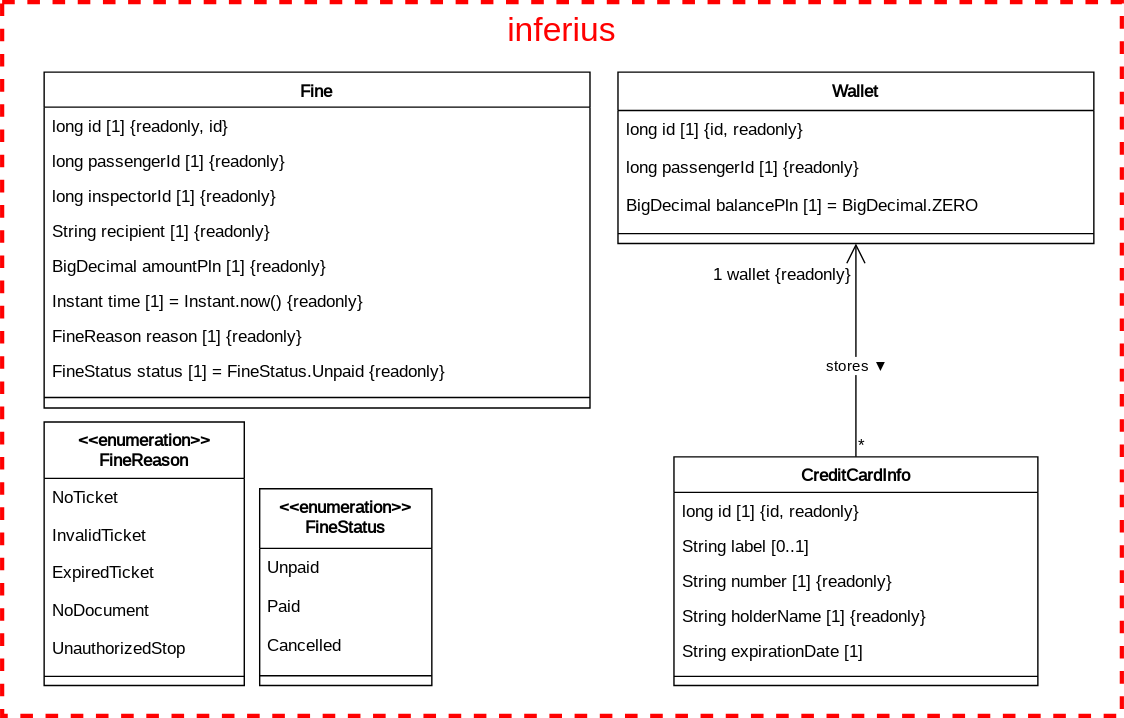
Above: documentation/course/e2/images/inferius-class-diagram.drawio.svg in PWR-ACS-SE-24/SoftwareSystemDesign (draw.io), before the change. Source tidied: cells renumbered, new cells last; positions are measured from the earlier drawing's top-left corner, leaving out a move shared by most shapes. Source of this version:
```xml
<mxGraphModel>
  <root>
    <mxCell id="0" />
    <mxCell id="1" parent="0" />
    <mxCell id="2" value="CreditCardInfo" style="swimlane;fontStyle=1;align=center;verticalAlign=top;horizontal=1;startSize=25.384615384615383;fontFamily=JetBrains Mono;fontSource=https%3A%2F%2Ffonts.googleapis.com%2Fcss%3Ffamily%3DJetBrains%2BMono;" parent="1" vertex="1">
      <mxGeometry x="480" y="324.9" width="260" height="163.4" as="geometry" />
    </mxCell>
    <mxCell id="3" value="long id [1] {id, readonly}" style="text;strokeColor=none;fillColor=none;align=left;verticalAlign=top;spacingLeft=4;spacingRight=4;overflow=hidden;fontFamily=JetBrains Mono;fontStyle=0;fontSource=https%3A%2F%2Ffonts.googleapis.com%2Fcss%3Ffamily%3DJetBrains%2BMono;" parent="2" vertex="1">
      <mxGeometry y="25.4" width="260" height="25" as="geometry" />
    </mxCell>
    <mxCell id="4" value="String label [0..1]" style="text;strokeColor=none;fillColor=none;align=left;verticalAlign=top;spacingLeft=4;spacingRight=4;overflow=hidden;fontFamily=JetBrains Mono;fontStyle=0;fontSource=https%3A%2F%2Ffonts.googleapis.com%2Fcss%3Ffamily%3DJetBrains%2BMono;" parent="2" vertex="1">
      <mxGeometry y="50.4" width="260" height="25" as="geometry" />
    </mxCell>
    <mxCell id="5" value="String number [1] {readonly}" style="text;strokeColor=none;fillColor=none;align=left;verticalAlign=top;spacingLeft=4;spacingRight=4;overflow=hidden;fontFamily=JetBrains Mono;fontStyle=0;fontSource=https%3A%2F%2Ffonts.googleapis.com%2Fcss%3Ffamily%3DJetBrains%2BMono;" parent="2" vertex="1">
      <mxGeometry y="75.4" width="260" height="25" as="geometry" />
    </mxCell>
    <mxCell id="6" value="String holderName [1] {readonly}" style="text;strokeColor=none;fillColor=none;align=left;verticalAlign=top;spacingLeft=4;spacingRight=4;overflow=hidden;fontFamily=JetBrains Mono;fontStyle=0;fontSource=https%3A%2F%2Ffonts.googleapis.com%2Fcss%3Ffamily%3DJetBrains%2BMono;" parent="2" vertex="1">
      <mxGeometry y="100.4" width="260" height="25" as="geometry" />
    </mxCell>
    <mxCell id="7" value="String expirationDate [1]" style="text;strokeColor=none;fillColor=none;align=left;verticalAlign=top;spacingLeft=4;spacingRight=4;overflow=hidden;fontFamily=JetBrains Mono;fontStyle=0;fontSource=https%3A%2F%2Ffonts.googleapis.com%2Fcss%3Ffamily%3DJetBrains%2BMono;" parent="2" vertex="1">
      <mxGeometry y="125.4" width="260" height="25" as="geometry" />
    </mxCell>
    <mxCell id="8" style="line;strokeWidth=1;fillColor=none;align=left;verticalAlign=middle;spacingTop=-1;spacingLeft=3;spacingRight=3;labelPosition=right;strokeColor=inherit;fontFamily=JetBrains Mono;fontStyle=0;fontSource=https%3A%2F%2Ffonts.googleapis.com%2Fcss%3Ffamily%3DJetBrains%2BMono;" parent="2" vertex="1">
      <mxGeometry y="150.4" width="260" height="13" as="geometry" />
    </mxCell>
    <mxCell id="9" value="Wallet" style="swimlane;fontStyle=1;align=center;verticalAlign=top;horizontal=1;startSize=27.428571428571427;fontFamily=JetBrains Mono;fontSource=https%3A%2F%2Ffonts.googleapis.com%2Fcss%3Ffamily%3DJetBrains%2BMono;" parent="1" vertex="1">
      <mxGeometry x="440" y="50" width="340" height="122.4" as="geometry" />
    </mxCell>
    <mxCell id="10" value="long id [1] {id, readonly}" style="text;strokeColor=none;fillColor=none;align=left;verticalAlign=top;spacingLeft=4;spacingRight=4;overflow=hidden;fontFamily=JetBrains Mono;fontStyle=0;fontSource=https%3A%2F%2Ffonts.googleapis.com%2Fcss%3Ffamily%3DJetBrains%2BMono;" parent="9" vertex="1">
      <mxGeometry y="27.4" width="340" height="27" as="geometry" />
    </mxCell>
    <mxCell id="11" value="long passengerId [1] {readonly}" style="text;strokeColor=none;fillColor=none;align=left;verticalAlign=top;spacingLeft=4;spacingRight=4;overflow=hidden;fontFamily=JetBrains Mono;fontStyle=0;fontSource=https%3A%2F%2Ffonts.googleapis.com%2Fcss%3Ffamily%3DJetBrains%2BMono;" parent="9" vertex="1">
      <mxGeometry y="54.4" width="340" height="27" as="geometry" />
    </mxCell>
    <mxCell id="12" value="BigDecimal balancePln [1] = BigDecimal.ZERO" style="text;strokeColor=none;fillColor=none;align=left;verticalAlign=top;spacingLeft=4;spacingRight=4;overflow=hidden;fontFamily=JetBrains Mono;fontStyle=0;fontSource=https%3A%2F%2Ffonts.googleapis.com%2Fcss%3Ffamily%3DJetBrains%2BMono;" parent="9" vertex="1">
      <mxGeometry y="81.4" width="340" height="27" as="geometry" />
    </mxCell>
    <mxCell id="13" style="line;strokeWidth=1;fillColor=none;align=left;verticalAlign=middle;spacingTop=-1;spacingLeft=3;spacingRight=3;labelPosition=right;strokeColor=inherit;fontFamily=JetBrains Mono;fontStyle=0;fontSource=https%3A%2F%2Ffonts.googleapis.com%2Fcss%3Ffamily%3DJetBrains%2BMono;" parent="9" vertex="1">
      <mxGeometry y="108.4" width="340" height="14" as="geometry" />
    </mxCell>
    <mxCell id="14" style="startArrow=none;endArrow=open;endSize=12;rounded=0;exitX=0.5;exitY=0;exitDx=0;exitDy=0;fontFamily=JetBrains Mono;fontStyle=0;fontSource=https%3A%2F%2Ffonts.googleapis.com%2Fcss%3Ffamily%3DJetBrains%2BMono;edgeStyle=orthogonalEdgeStyle;" parent="1" edge="1" source="2" target="9">
      <mxGeometry relative="1" as="geometry">
        <Array as="points">
          <mxPoint x="610" y="250" />
          <mxPoint x="610" y="250" />
        </Array>
      </mxGeometry>
    </mxCell>
    <mxCell id="15" value="*" style="edgeLabel;labelBackgroundColor=none;fontSize=12;align=left;verticalAlign=bottom;fontFamily=JetBrains Mono;fontStyle=0;fontSource=https%3A%2F%2Ffonts.googleapis.com%2Fcss%3Ffamily%3DJetBrains%2BMono;" parent="14" vertex="1">
      <mxGeometry x="-1" relative="1" as="geometry" />
    </mxCell>
    <mxCell id="16" value="1 wallet {readonly}" style="edgeLabel;labelBackgroundColor=none;fontSize=12;align=right;verticalAlign=top;fontFamily=JetBrains Mono;fontStyle=0;fontSource=https%3A%2F%2Ffonts.googleapis.com%2Fcss%3Ffamily%3DJetBrains%2BMono;" parent="14" vertex="1">
      <mxGeometry x="1" relative="1" as="geometry">
        <mxPoint x="-2" y="8" as="offset" />
      </mxGeometry>
    </mxCell>
    <mxCell id="17" value="stores ▼" style="edgeLabel;html=1;align=center;verticalAlign=middle;fontFamily=JetBrains Mono;fontStyle=0;fontSource=https%3A%2F%2Ffonts.googleapis.com%2Fcss%3Ffamily%3DJetBrains%2BMono;" parent="14" vertex="1">
      <mxGeometry x="-0.15" y="1" relative="1" as="geometry">
        <mxPoint x="1" as="offset" />
      </mxGeometry>
    </mxCell>
    <mxCell id="18" value="Fine" style="swimlane;fontStyle=1;align=center;verticalAlign=top;horizontal=1;startSize=25.066666666666666;fontFamily=JetBrains Mono;fontSource=https%3A%2F%2Ffonts.googleapis.com%2Fcss%3Ffamily%3DJetBrains%2BMono;" parent="1" vertex="1">
      <mxGeometry x="30" y="50" width="390" height="240" as="geometry" />
    </mxCell>
    <mxCell id="19" value="long id [1] {readonly, id}" style="text;strokeColor=none;fillColor=none;align=left;verticalAlign=top;spacingLeft=4;spacingRight=4;overflow=hidden;fontFamily=JetBrains Mono;fontStyle=0;fontSource=https%3A%2F%2Ffonts.googleapis.com%2Fcss%3Ffamily%3DJetBrains%2BMono;" parent="18" vertex="1">
      <mxGeometry y="25.1" width="390" height="25" as="geometry" />
    </mxCell>
    <mxCell id="20" value="long passengerId [1] {readonly}" style="text;strokeColor=none;fillColor=none;align=left;verticalAlign=top;spacingLeft=4;spacingRight=4;overflow=hidden;fontFamily=JetBrains Mono;fontStyle=0;fontSource=https%3A%2F%2Ffonts.googleapis.com%2Fcss%3Ffamily%3DJetBrains%2BMono;" parent="18" vertex="1">
      <mxGeometry y="50.1" width="390" height="25" as="geometry" />
    </mxCell>
    <mxCell id="21" value="long inspectorId [1] {readonly}" style="text;strokeColor=none;fillColor=none;align=left;verticalAlign=top;spacingLeft=4;spacingRight=4;overflow=hidden;fontFamily=JetBrains Mono;fontStyle=0;fontSource=https%3A%2F%2Ffonts.googleapis.com%2Fcss%3Ffamily%3DJetBrains%2BMono;" parent="18" vertex="1">
      <mxGeometry y="75.1" width="390" height="25" as="geometry" />
    </mxCell>
    <mxCell id="22" value="String recipient [1] {readonly}" style="text;strokeColor=none;fillColor=none;align=left;verticalAlign=top;spacingLeft=4;spacingRight=4;overflow=hidden;fontFamily=JetBrains Mono;fontStyle=0;fontSource=https%3A%2F%2Ffonts.googleapis.com%2Fcss%3Ffamily%3DJetBrains%2BMono;" parent="18" vertex="1">
      <mxGeometry y="100.1" width="390" height="25" as="geometry" />
    </mxCell>
    <mxCell id="23" value="BigDecimal amountPln [1] {readonly}" style="text;strokeColor=none;fillColor=none;align=left;verticalAlign=top;spacingLeft=4;spacingRight=4;overflow=hidden;fontFamily=JetBrains Mono;fontStyle=0;fontSource=https%3A%2F%2Ffonts.googleapis.com%2Fcss%3Ffamily%3DJetBrains%2BMono;" parent="18" vertex="1">
      <mxGeometry y="125.1" width="390" height="25" as="geometry" />
    </mxCell>
    <mxCell id="24" value="Instant time [1] = Instant.now() {readonly}" style="text;strokeColor=none;fillColor=none;align=left;verticalAlign=top;spacingLeft=4;spacingRight=4;overflow=hidden;fontFamily=JetBrains Mono;fontStyle=0;fontSource=https%3A%2F%2Ffonts.googleapis.com%2Fcss%3Ffamily%3DJetBrains%2BMono;" parent="18" vertex="1">
      <mxGeometry y="150.1" width="390" height="25" as="geometry" />
    </mxCell>
    <mxCell id="25" value="FineReason reason [1] {readonly}" style="text;strokeColor=none;fillColor=none;align=left;verticalAlign=top;spacingLeft=4;spacingRight=4;overflow=hidden;fontFamily=JetBrains Mono;fontStyle=0;fontSource=https%3A%2F%2Ffonts.googleapis.com%2Fcss%3Ffamily%3DJetBrains%2BMono;" parent="18" vertex="1">
      <mxGeometry y="175.1" width="390" height="25" as="geometry" />
    </mxCell>
    <mxCell id="26" value="FineStatus status [1] = FineStatus.Unpaid {readonly}" style="text;strokeColor=none;fillColor=none;align=left;verticalAlign=top;spacingLeft=4;spacingRight=4;overflow=hidden;fontFamily=JetBrains Mono;fontStyle=0;fontSource=https%3A%2F%2Ffonts.googleapis.com%2Fcss%3Ffamily%3DJetBrains%2BMono;" parent="18" vertex="1">
      <mxGeometry y="200.1" width="390" height="25" as="geometry" />
    </mxCell>
    <mxCell id="27" style="line;strokeWidth=1;fillColor=none;align=left;verticalAlign=middle;spacingTop=-1;spacingLeft=3;spacingRight=3;labelPosition=right;strokeColor=inherit;fontFamily=JetBrains Mono;fontStyle=0;fontSource=https%3A%2F%2Ffonts.googleapis.com%2Fcss%3Ffamily%3DJetBrains%2BMono;" parent="18" vertex="1">
      <mxGeometry y="225.1" width="390" height="14.9" as="geometry" />
    </mxCell>
    <mxCell id="28" value="&lt;&lt;enumeration&gt;&gt;&#10;FineReason" style="swimlane;fontStyle=1;align=center;verticalAlign=top;horizontal=1;startSize=40.285714285714285;fontFamily=JetBrains Mono;fontSource=https%3A%2F%2Ffonts.googleapis.com%2Fcss%3Ffamily%3DJetBrains%2BMono;" parent="1" vertex="1">
      <mxGeometry x="30" y="300" width="143" height="188.3" as="geometry" />
    </mxCell>
    <mxCell id="29" value="NoTicket" style="text;strokeColor=none;fillColor=none;align=left;verticalAlign=top;spacingLeft=4;spacingRight=4;overflow=hidden;fontFamily=JetBrains Mono;fontStyle=0;fontSource=https%3A%2F%2Ffonts.googleapis.com%2Fcss%3Ffamily%3DJetBrains%2BMono;" parent="28" vertex="1">
      <mxGeometry y="40.3" width="143" height="27" as="geometry" />
    </mxCell>
    <mxCell id="30" value="InvalidTicket" style="text;strokeColor=none;fillColor=none;align=left;verticalAlign=top;spacingLeft=4;spacingRight=4;overflow=hidden;fontFamily=JetBrains Mono;fontStyle=0;fontSource=https%3A%2F%2Ffonts.googleapis.com%2Fcss%3Ffamily%3DJetBrains%2BMono;" parent="28" vertex="1">
      <mxGeometry y="67.3" width="143" height="27" as="geometry" />
    </mxCell>
    <mxCell id="31" value="ExpiredTicket" style="text;strokeColor=none;fillColor=none;align=left;verticalAlign=top;spacingLeft=4;spacingRight=4;overflow=hidden;fontFamily=JetBrains Mono;fontStyle=0;fontSource=https%3A%2F%2Ffonts.googleapis.com%2Fcss%3Ffamily%3DJetBrains%2BMono;" parent="28" vertex="1">
      <mxGeometry y="94.3" width="143" height="27" as="geometry" />
    </mxCell>
    <mxCell id="32" value="NoDocument" style="text;strokeColor=none;fillColor=none;align=left;verticalAlign=top;spacingLeft=4;spacingRight=4;overflow=hidden;fontFamily=JetBrains Mono;fontStyle=0;fontSource=https%3A%2F%2Ffonts.googleapis.com%2Fcss%3Ffamily%3DJetBrains%2BMono;" parent="28" vertex="1">
      <mxGeometry y="121.3" width="143" height="27" as="geometry" />
    </mxCell>
    <mxCell id="33" value="UnauthorizedStop" style="text;strokeColor=none;fillColor=none;align=left;verticalAlign=top;spacingLeft=4;spacingRight=4;overflow=hidden;fontFamily=JetBrains Mono;fontStyle=0;fontSource=https%3A%2F%2Ffonts.googleapis.com%2Fcss%3Ffamily%3DJetBrains%2BMono;" parent="28" vertex="1">
      <mxGeometry y="148.3" width="143" height="27" as="geometry" />
    </mxCell>
    <mxCell id="34" style="line;strokeWidth=1;fillColor=none;align=left;verticalAlign=middle;spacingTop=-1;spacingLeft=3;spacingRight=3;labelPosition=right;strokeColor=inherit;fontFamily=JetBrains Mono;fontStyle=0;fontSource=https%3A%2F%2Ffonts.googleapis.com%2Fcss%3Ffamily%3DJetBrains%2BMono;" parent="28" vertex="1">
      <mxGeometry y="175.3" width="143" height="13" as="geometry" />
    </mxCell>
    <mxCell id="35" value="&lt;&lt;enumeration&gt;&gt;&#10;FineStatus" style="swimlane;fontStyle=1;align=center;verticalAlign=top;horizontal=1;startSize=42.599999999999994;fontFamily=JetBrains Mono;fontSource=https%3A%2F%2Ffonts.googleapis.com%2Fcss%3Ffamily%3DJetBrains%2BMono;" parent="1" vertex="1">
      <mxGeometry x="184" y="347.7" width="123" height="140.6" as="geometry" />
    </mxCell>
    <mxCell id="36" value="Unpaid" style="text;strokeColor=none;fillColor=none;align=left;verticalAlign=top;spacingLeft=4;spacingRight=4;overflow=hidden;fontFamily=JetBrains Mono;fontStyle=0;fontSource=https%3A%2F%2Ffonts.googleapis.com%2Fcss%3Ffamily%3DJetBrains%2BMono;" parent="35" vertex="1">
      <mxGeometry y="42.6" width="123" height="28" as="geometry" />
    </mxCell>
    <mxCell id="37" value="Paid" style="text;strokeColor=none;fillColor=none;align=left;verticalAlign=top;spacingLeft=4;spacingRight=4;overflow=hidden;fontFamily=JetBrains Mono;fontStyle=0;fontSource=https%3A%2F%2Ffonts.googleapis.com%2Fcss%3Ffamily%3DJetBrains%2BMono;" parent="35" vertex="1">
      <mxGeometry y="70.6" width="123" height="28" as="geometry" />
    </mxCell>
    <mxCell id="38" value="Cancelled" style="text;strokeColor=none;fillColor=none;align=left;verticalAlign=top;spacingLeft=4;spacingRight=4;overflow=hidden;fontFamily=JetBrains Mono;fontStyle=0;fontSource=https%3A%2F%2Ffonts.googleapis.com%2Fcss%3Ffamily%3DJetBrains%2BMono;" parent="35" vertex="1">
      <mxGeometry y="98.6" width="123" height="28" as="geometry" />
    </mxCell>
    <mxCell id="39" style="line;strokeWidth=1;fillColor=none;align=left;verticalAlign=middle;spacingTop=-1;spacingLeft=3;spacingRight=3;labelPosition=right;strokeColor=inherit;fontFamily=JetBrains Mono;fontStyle=0;fontSource=https%3A%2F%2Ffonts.googleapis.com%2Fcss%3Ffamily%3DJetBrains%2BMono;" parent="35" vertex="1">
      <mxGeometry y="126.6" width="123" height="14" as="geometry" />
    </mxCell>
    <mxCell id="40" style="rounded=0;whiteSpace=wrap;html=1;dashed=1;strokeWidth=3;fillColor=none;strokeColor=#FF0000;" parent="1" vertex="1">
      <mxGeometry width="800" height="510" as="geometry" />
    </mxCell>
    <mxCell id="41" value="&lt;font color=&quot;#ff0000&quot;&gt;inferius&lt;/font&gt;" style="text;html=1;align=center;verticalAlign=middle;whiteSpace=wrap;rounded=0;fillColor=none;strokeColor=none;fontColor=#009900;fontSize=24;" parent="1" vertex="1">
      <mxGeometry width="800" height="40" as="geometry" />
    </mxCell>
  </root>
</mxGraphModel>
```
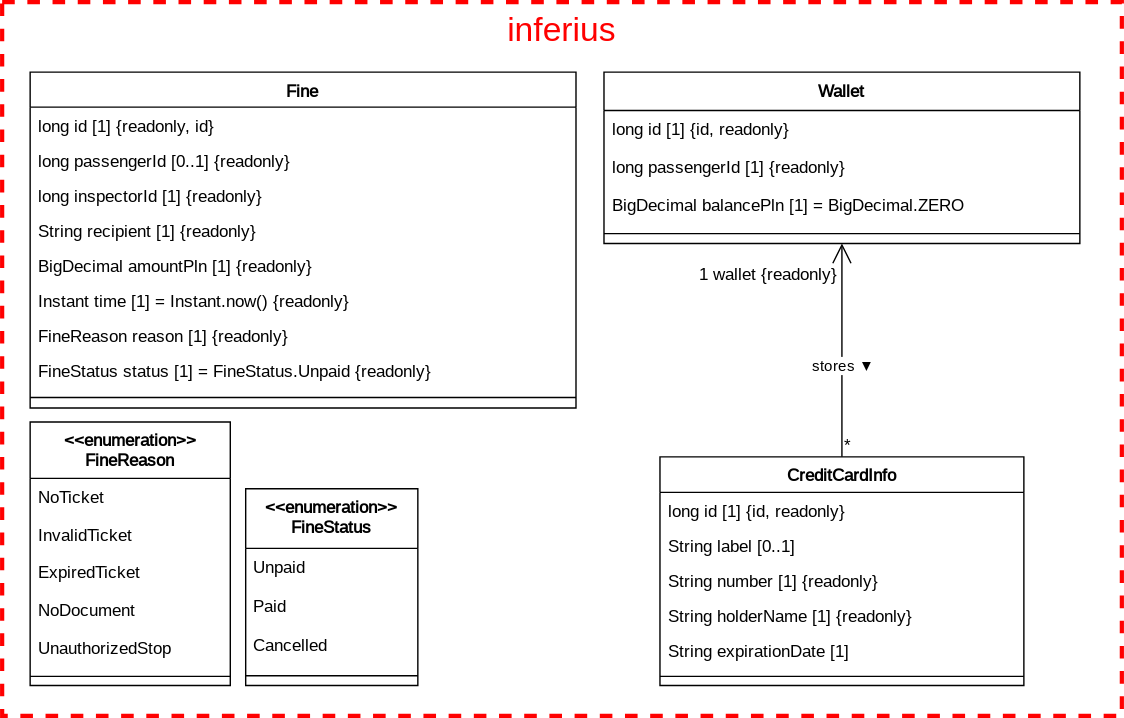
After the commit.

The edit, as a diff of the source:
```diff
@@ -65,7 +65,7 @@
     <mxCell id="19" value="long id [1] {readonly, id}" style="text;strokeColor=none;fillColor=none;align=left;verticalAlign=top;spacingLeft=4;spacingRight=4;overflow=hidden;fontFamily=JetBrains Mono;fontStyle=0;fontSource=https%3A%2F%2Ffonts.googleapis.com%2Fcss%3Ffamily%3DJetBrains%2BMono;" parent="18" vertex="1">
       <mxGeometry y="25.1" width="390" height="25" as="geometry" />
     </mxCell>
-    <mxCell id="20" value="long passengerId [1] {readonly}" style="text;strokeColor=none;fillColor=none;align=left;verticalAlign=top;spacingLeft=4;spacingRight=4;overflow=hidden;fontFamily=JetBrains Mono;fontStyle=0;fontSource=https%3A%2F%2Ffonts.googleapis.com%2Fcss%3Ffamily%3DJetBrains%2BMono;" parent="18" vertex="1">
+    <mxCell id="20" value="long passengerId [0..1] {readonly}" style="text;strokeColor=none;fillColor=none;align=left;verticalAlign=top;spacingLeft=4;spacingRight=4;overflow=hidden;fontFamily=JetBrains Mono;fontStyle=0;fontSource=https%3A%2F%2Ffonts.googleapis.com%2Fcss%3Ffamily%3DJetBrains%2BMono;" parent="18" vertex="1">
       <mxGeometry y="50.1" width="390" height="25" as="geometry" />
     </mxCell>
     <mxCell id="21" value="long inspectorId [1] {readonly}" style="text;strokeColor=none;fillColor=none;align=left;verticalAlign=top;spacingLeft=4;spacingRight=4;overflow=hidden;fontFamily=JetBrains Mono;fontStyle=0;fontSource=https%3A%2F%2Ffonts.googleapis.com%2Fcss%3Ffamily%3DJetBrains%2BMono;" parent="18" vertex="1">
@@ -126,10 +126,10 @@
       <mxGeometry y="126.6" width="123" height="14" as="geometry" />
     </mxCell>
     <mxCell id="40" style="rounded=0;whiteSpace=wrap;html=1;dashed=1;strokeWidth=3;fillColor=none;strokeColor=#FF0000;" parent="1" vertex="1">
-      <mxGeometry width="800" height="510" as="geometry" />
+      <mxGeometry x="10" width="800" height="510" as="geometry" />
     </mxCell>
     <mxCell id="41" value="&lt;font color=&quot;#ff0000&quot;&gt;inferius&lt;/font&gt;" style="text;html=1;align=center;verticalAlign=middle;whiteSpace=wrap;rounded=0;fillColor=none;strokeColor=none;fontColor=#009900;fontSize=24;" parent="1" vertex="1">
-      <mxGeometry width="800" height="40" as="geometry" />
+      <mxGeometry x="10" width="800" height="40" as="geometry" />
     </mxCell>
   </root>
 </mxGraphModel>
```
